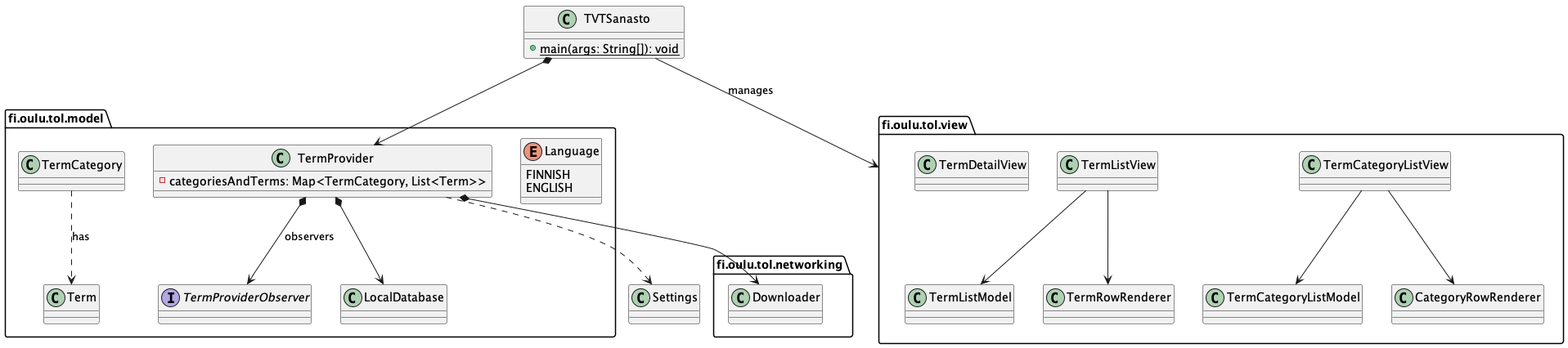
anttijuu/TVTSanasto-Java keeps this PlantUML diagram as structure.png. Above is the earlier version. The source it was exported from:
```plantuml
@startuml
package fi.oulu.tol.model {

	enum Language {
		FINNISH
		ENGLISH
	}
	class Term
	class TermCategory
	class LocalDatabase
	class TermProvider {
		-categoriesAndTerms: Map<TermCategory, List<Term>>
	}
	interface TermProviderObserver

	TermProvider *--> LocalDatabase
	TermProvider *--> TermProviderObserver: observers
	TermCategory ..> Term : has
}

package fi.oulu.tol.networking {
	class Downloader
}

TermProvider *--> Downloader

package fi.oulu.tol.view {
	class TermCategoryListModel
	class TermCategoryListView
	class CategoryRowRenderer
	class TermListModel
	class TermListView
	class TermDetailView
	class TermRowRenderer
	TermCategoryListView --> TermCategoryListModel
	TermCategoryListView --> CategoryRowRenderer
	TermListView --> TermListModel
	TermListView --> TermRowRenderer
}
class TVTSanasto {
	+{static}main(args: String[]): void
}
class Settings
TVTSanasto *--> TermProvider
TVTSanasto --> fi.oulu.tol.view: manages
TermProvider ..> Settings

@enduml
```
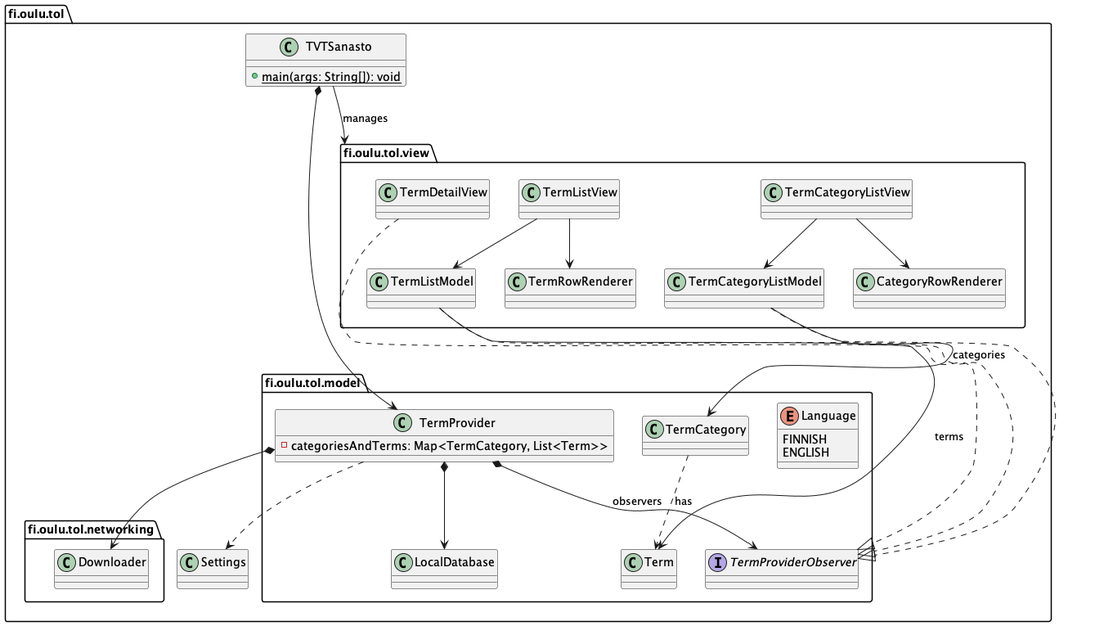
The same file after the commit.

Diff of the diagram source:
```diff
@@ -1,48 +1,54 @@
 @startuml
-package fi.oulu.tol.model {
+package fi.oulu.tol {
+	package fi.oulu.tol.model {
 
-	enum Language {
-		FINNISH
-		ENGLISH
+		enum Language {
+			FINNISH
+			ENGLISH
+		}
+		class Term
+		class TermCategory
+		class LocalDatabase
+		class TermProvider {
+			-categoriesAndTerms: Map<TermCategory, List<Term>>
+		}
+		interface TermProviderObserver
+
+		TermProvider *--> LocalDatabase
+		TermProvider *--> TermProviderObserver: observers
+		TermCategory ..> Term : has
 	}
-	class Term
-	class TermCategory
-	class LocalDatabase
-	class TermProvider {
-		-categoriesAndTerms: Map<TermCategory, List<Term>>
+
+	package fi.oulu.tol.networking {
+		class Downloader
 	}
-	interface TermProviderObserver
 
-	TermProvider *--> LocalDatabase
-	TermProvider *--> TermProviderObserver: observers
-	TermCategory ..> Term : has
+	TermProvider *--> Downloader
+
+	package fi.oulu.tol.view {
+		class TermCategoryListModel
+		class TermCategoryListView
+		class CategoryRowRenderer
+		class TermListModel
+		class TermListView
+		class TermDetailView
+		class TermRowRenderer
+		TermCategoryListView --> TermCategoryListModel
+		TermCategoryListView --> CategoryRowRenderer
+		TermListView --> TermListModel
+		TermListView --> TermRowRenderer
+	}
+	TermCategoryListModel ..|> TermProviderObserver
+	TermListModel ..|> TermProviderObserver
+	TermDetailView ..|> TermProviderObserver
+	TermListModel --> Term: terms
+	TermCategoryListModel --> TermCategory: categories
+	class TVTSanasto {
+		+{static}main(args: String[]): void
+	}
+	class Settings
+	TVTSanasto *--> TermProvider
+	TVTSanasto --> fi.oulu.tol.view: manages
+	TermProvider ..> Settings
 }
-
-package fi.oulu.tol.networking {
-	class Downloader
-}
-
-TermProvider *--> Downloader
-
-package fi.oulu.tol.view {
-	class TermCategoryListModel
-	class TermCategoryListView
-	class CategoryRowRenderer
-	class TermListModel
-	class TermListView
-	class TermDetailView
-	class TermRowRenderer
-	TermCategoryListView --> TermCategoryListModel
-	TermCategoryListView --> CategoryRowRenderer
-	TermListView --> TermListModel
-	TermListView --> TermRowRenderer
-}
-class TVTSanasto {
-	+{static}main(args: String[]): void
-}
-class Settings
-TVTSanasto *--> TermProvider
-TVTSanasto --> fi.oulu.tol.view: manages
-TermProvider ..> Settings
-
 @enduml
```
